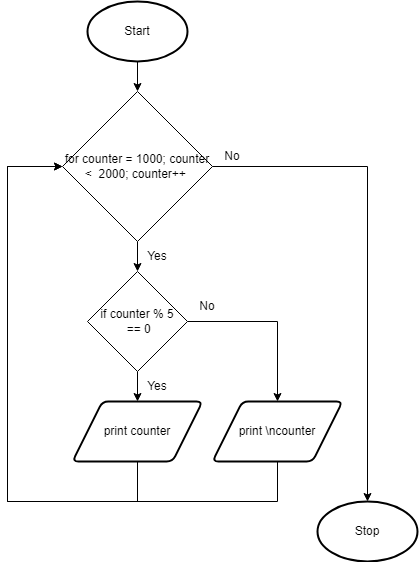
This is drawio/flowchart/flowchart.png from Aidan-Lalonde-Novales/ICS3U-Unit4-07-Python, a draw.io export, as it was before one commit. Source tidied: cells renumbered, new cells last; positions are measured from the earlier drawing's top-left corner, leaving out a move shared by most shapes. The source it was exported from:
```xml
<mxGraphModel>
  <root>
    <mxCell id="0" />
    <mxCell id="1" parent="0" />
    <mxCell id="2" style="edgeStyle=none;html=1;exitX=0.5;exitY=1;exitDx=0;exitDy=0;exitPerimeter=0;entryX=0.5;entryY=0;entryDx=0;entryDy=0;" parent="1" edge="1" source="3" target="9">
      <mxGeometry relative="1" as="geometry" />
    </mxCell>
    <mxCell id="3" value="Start" style="strokeWidth=2;html=1;shape=mxgraph.flowchart.start_1;whiteSpace=wrap;" parent="1" vertex="1">
      <mxGeometry x="80" width="100" height="60" as="geometry" />
    </mxCell>
    <mxCell id="4" style="edgeStyle=none;rounded=0;html=1;exitX=0.5;exitY=1;exitDx=0;exitDy=0;entryX=0;entryY=0.5;entryDx=0;entryDy=0;" parent="1" edge="1" source="5" target="9">
      <mxGeometry relative="1" as="geometry">
        <Array as="points">
          <mxPoint x="130" y="500" />
          <mxPoint y="500" />
          <mxPoint y="165" />
        </Array>
      </mxGeometry>
    </mxCell>
    <mxCell id="5" value="print counter" style="shape=parallelogram;html=1;strokeWidth=2;perimeter=parallelogramPerimeter;whiteSpace=wrap;rounded=1;arcSize=12;size=0.23;" parent="1" vertex="1">
      <mxGeometry x="65" y="400" width="130" height="60" as="geometry" />
    </mxCell>
    <mxCell id="6" value="Stop" style="strokeWidth=2;html=1;shape=mxgraph.flowchart.start_1;whiteSpace=wrap;" parent="1" vertex="1">
      <mxGeometry x="310" y="500" width="100" height="60" as="geometry" />
    </mxCell>
    <mxCell id="7" style="edgeStyle=none;html=1;exitX=0.5;exitY=1;exitDx=0;exitDy=0;entryX=0.5;entryY=0;entryDx=0;entryDy=0;" parent="1" edge="1" source="9" target="14">
      <mxGeometry relative="1" as="geometry" />
    </mxCell>
    <mxCell id="8" style="edgeStyle=none;rounded=0;html=1;exitX=1;exitY=0.5;exitDx=0;exitDy=0;entryX=0.5;entryY=0;entryDx=0;entryDy=0;entryPerimeter=0;" parent="1" edge="1" source="9" target="6">
      <mxGeometry relative="1" as="geometry">
        <Array as="points">
          <mxPoint x="360" y="165" />
        </Array>
      </mxGeometry>
    </mxCell>
    <mxCell id="9" value="for counter = 1000; counter &amp;lt;&amp;nbsp; 2000; counter++&amp;nbsp;" style="rhombus;whiteSpace=wrap;html=1;" parent="1" vertex="1">
      <mxGeometry x="55" y="90" width="150" height="150" as="geometry" />
    </mxCell>
    <mxCell id="10" value="Yes" style="text;html=1;strokeColor=none;fillColor=none;align=center;verticalAlign=middle;whiteSpace=wrap;rounded=0;" parent="1" vertex="1">
      <mxGeometry x="130" y="240" width="40" height="30" as="geometry" />
    </mxCell>
    <mxCell id="11" value="No" style="text;html=1;strokeColor=none;fillColor=none;align=center;verticalAlign=middle;whiteSpace=wrap;rounded=0;" parent="1" vertex="1">
      <mxGeometry x="180" y="290" width="40" height="30" as="geometry" />
    </mxCell>
    <mxCell id="12" style="edgeStyle=none;html=1;exitX=0.5;exitY=1;exitDx=0;exitDy=0;entryX=0.5;entryY=0;entryDx=0;entryDy=0;" parent="1" edge="1" source="14" target="5">
      <mxGeometry relative="1" as="geometry" />
    </mxCell>
    <mxCell id="13" style="edgeStyle=none;html=1;exitX=1;exitY=0.5;exitDx=0;exitDy=0;entryX=0.5;entryY=0;entryDx=0;entryDy=0;rounded=0;" parent="1" edge="1" source="14" target="17">
      <mxGeometry relative="1" as="geometry">
        <Array as="points">
          <mxPoint x="270" y="320" />
        </Array>
      </mxGeometry>
    </mxCell>
    <mxCell id="14" value="if counter % 5&lt;br&gt;&amp;nbsp;== 0" style="rhombus;whiteSpace=wrap;html=1;" parent="1" vertex="1">
      <mxGeometry x="80" y="270" width="100" height="100" as="geometry" />
    </mxCell>
    <mxCell id="15" value="Yes" style="text;html=1;strokeColor=none;fillColor=none;align=center;verticalAlign=middle;whiteSpace=wrap;rounded=0;" parent="1" vertex="1">
      <mxGeometry x="130" y="370" width="40" height="30" as="geometry" />
    </mxCell>
    <mxCell id="16" style="edgeStyle=none;rounded=0;html=1;exitX=0.5;exitY=1;exitDx=0;exitDy=0;entryX=0;entryY=0.5;entryDx=0;entryDy=0;" parent="1" edge="1" source="17" target="9">
      <mxGeometry relative="1" as="geometry">
        <Array as="points">
          <mxPoint x="270" y="500" />
          <mxPoint y="500" />
          <mxPoint y="165" />
        </Array>
      </mxGeometry>
    </mxCell>
    <mxCell id="17" value="print \ncounter" style="shape=parallelogram;html=1;strokeWidth=2;perimeter=parallelogramPerimeter;whiteSpace=wrap;rounded=1;arcSize=12;size=0.23;" parent="1" vertex="1">
      <mxGeometry x="205" y="400" width="130" height="60" as="geometry" />
    </mxCell>
    <mxCell id="18" value="No" style="text;html=1;strokeColor=none;fillColor=none;align=center;verticalAlign=middle;whiteSpace=wrap;rounded=0;" parent="1" vertex="1">
      <mxGeometry x="205" y="140" width="40" height="30" as="geometry" />
    </mxCell>
  </root>
</mxGraphModel>
```
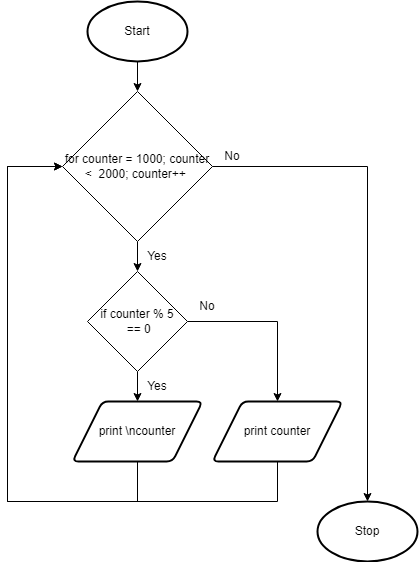
After the change.

Change to the diagram source:
```diff
@@ -17,7 +17,7 @@
         </Array>
       </mxGeometry>
     </mxCell>
-    <mxCell id="5" value="print counter" style="shape=parallelogram;html=1;strokeWidth=2;perimeter=parallelogramPerimeter;whiteSpace=wrap;rounded=1;arcSize=12;size=0.23;" parent="1" vertex="1">
+    <mxCell id="5" value="print \ncounter" style="shape=parallelogram;html=1;strokeWidth=2;perimeter=parallelogramPerimeter;whiteSpace=wrap;rounded=1;arcSize=12;size=0.23;" parent="1" vertex="1">
       <mxGeometry x="65" y="400" width="130" height="60" as="geometry" />
     </mxCell>
     <mxCell id="6" value="Stop" style="strokeWidth=2;html=1;shape=mxgraph.flowchart.start_1;whiteSpace=wrap;" parent="1" vertex="1">
@@ -67,7 +67,7 @@
         </Array>
       </mxGeometry>
     </mxCell>
-    <mxCell id="17" value="print \ncounter" style="shape=parallelogram;html=1;strokeWidth=2;perimeter=parallelogramPerimeter;whiteSpace=wrap;rounded=1;arcSize=12;size=0.23;" parent="1" vertex="1">
+    <mxCell id="17" value="print counter" style="shape=parallelogram;html=1;strokeWidth=2;perimeter=parallelogramPerimeter;whiteSpace=wrap;rounded=1;arcSize=12;size=0.23;" parent="1" vertex="1">
       <mxGeometry x="205" y="400" width="130" height="60" as="geometry" />
     </mxCell>
     <mxCell id="18" value="No" style="text;html=1;strokeColor=none;fillColor=none;align=center;verticalAlign=middle;whiteSpace=wrap;rounded=0;" parent="1" vertex="1">
```
